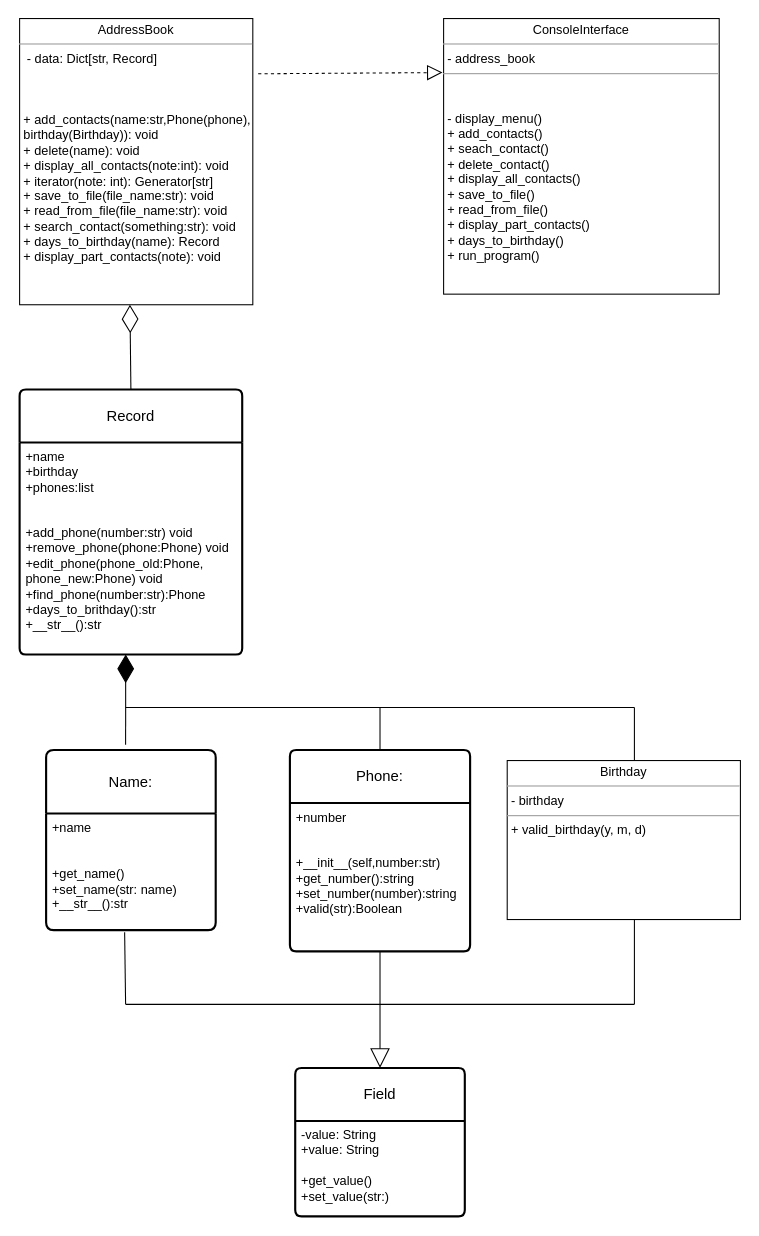
Earlier version of the draw.io diagram finalHW/Untitled Diagram.drawio (SiracencoSerghei/GoIT-Core-Python-HW). Source tidied: cells renumbered, new cells numbered last; positions are measured from the earlier drawing's top-left corner, leaving out a move shared by most shapes. Both pictures are drawn from the tidied source at 106%, with x=0, y=0 at pixel (19, 18).
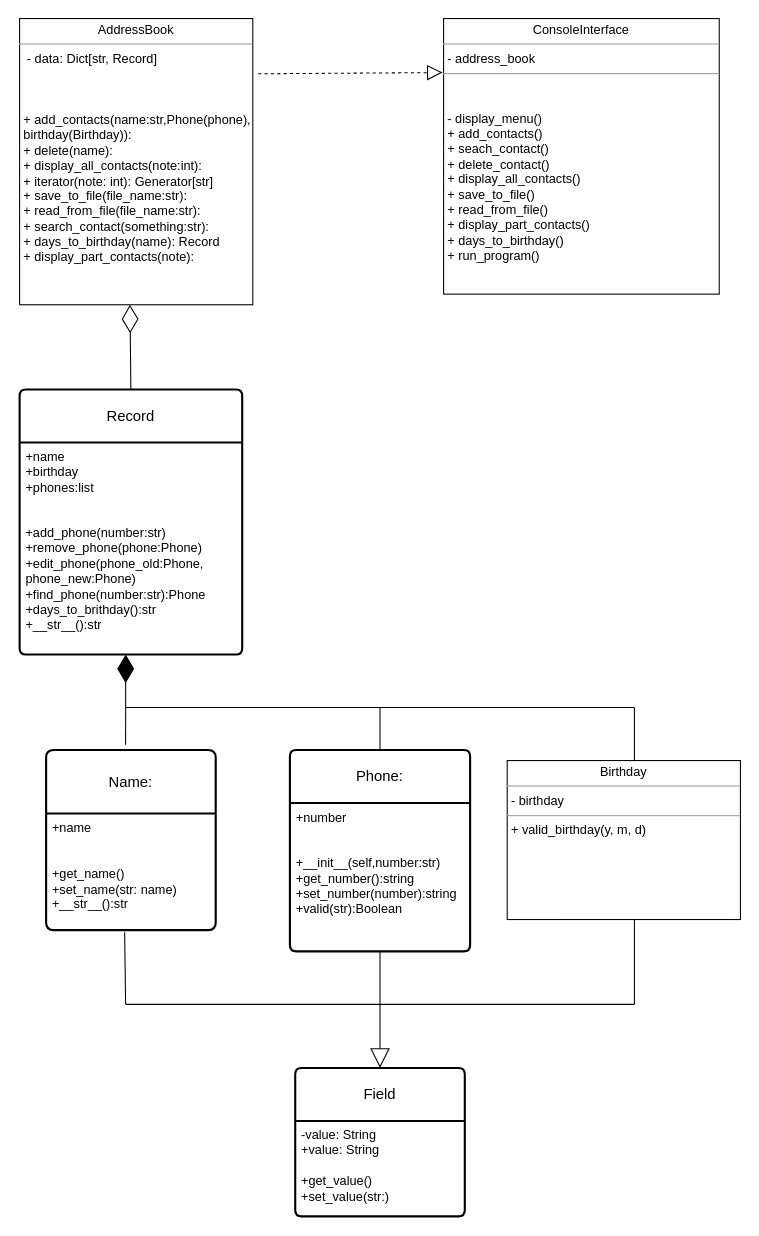
The same diagram, later.

Unchanged cells that the change refers to:
```xml
<mxCell id="8" value="Record" style="swimlane;horizontal=1;startSize=50;rounded=1;fontSize=14;fontStyle=0;strokeWidth=2;shadow=0;dashed=0;align=center;arcSize=4;whiteSpace=wrap;html=1;" parent="1" vertex="1">
  <mxGeometry y="350" width="210" height="250" as="geometry" />
</mxCell>
```

What changed in the source:
```diff
@@
-    <mxCell id="9" value="+name&lt;br&gt;+birthday&lt;br&gt;+phones:list&lt;br&gt;&lt;br&gt;&lt;br&gt;+add_phone(number:str) void&lt;br&gt;+remove_phone(phone:Phone) void&lt;br&gt;+edit_phone(phone_old:Phone,&lt;br&gt;phone_new:Phone) void&lt;br&gt;+find_phone(number:str):Phone&lt;br&gt;+days_to_brithday():str&lt;br&gt;+__str__():str" style="align=left;strokeColor=none;fillColor=none;spacingLeft=4;fontSize=12;verticalAlign=top;html=1;" parent="8" vertex="1">
+    <mxCell id="9" value="+name&lt;br&gt;+birthday&lt;br&gt;+phones:list&lt;br&gt;&lt;br&gt;&lt;br&gt;+add_phone(number:str) &lt;br&gt;+remove_phone(phone:Phone)&lt;br&gt;+edit_phone(phone_old:Phone,&lt;br&gt;phone_new:Phone)&lt;br&gt;+find_phone(number:str):Phone&lt;br&gt;+days_to_brithday():str&lt;br&gt;+__str__():str" style="align=left;strokeColor=none;fillColor=none;spacingLeft=4;fontSize=12;verticalAlign=top;html=1;" parent="8" vertex="1">
       <mxGeometry y="50" width="210" height="200" as="geometry" />
     </mxCell>
-    <mxCell id="10" value="&lt;p style=&quot;margin:0px;margin-top:4px;text-align:center;&quot;&gt; AddressBook&lt;br&gt;&lt;/p&gt;&lt;hr size=&quot;1&quot;&gt;&lt;p style=&quot;margin:0px;margin-left:4px;&quot;&gt;&amp;nbsp;- data: Dict[str, Record]&lt;br&gt;&lt;br&gt;&lt;/p&gt;&lt;p style=&quot;margin:0px;margin-left:4px;&quot;&gt;&lt;br&gt;&lt;/p&gt;&lt;p style=&quot;margin:0px;margin-left:4px;&quot;&gt;&lt;br&gt;&lt;/p&gt;&lt;p style=&quot;margin:0px;margin-left:4px;&quot;&gt;+ add_contacts(name:str,Phone(phone),&lt;/p&gt;&lt;p style=&quot;margin:0px;margin-left:4px;&quot;&gt;birthday(Birthday)): void&lt;br&gt;+ delete(name): void&amp;nbsp;&lt;br&gt;+ display_all_contacts(note:int): void&lt;br&gt;+ iterator(note: int): Generator[str]&lt;br&gt;+ save_to_file(file_name:str): void&lt;br&gt;+ read_from_file(file_name:str): void&lt;br&gt;+ search_contact(something:str): void&lt;br&gt;+ days_to_birthday(name): Record&lt;br&gt;+ display_part_contacts(note): void&lt;br&gt;&lt;/p&gt;" style="verticalAlign=top;align=left;overflow=fill;fontSize=12;fontFamily=Helvetica;html=1;whiteSpace=wrap;" parent="1" vertex="1">
+    <mxCell id="10" value="&lt;p style=&quot;margin:0px;margin-top:4px;text-align:center;&quot;&gt; AddressBook&lt;br&gt;&lt;/p&gt;&lt;hr size=&quot;1&quot;&gt;&lt;p style=&quot;margin:0px;margin-left:4px;&quot;&gt;&amp;nbsp;- data: Dict[str, Record]&lt;br&gt;&lt;br&gt;&lt;/p&gt;&lt;p style=&quot;margin:0px;margin-left:4px;&quot;&gt;&lt;br&gt;&lt;/p&gt;&lt;p style=&quot;margin:0px;margin-left:4px;&quot;&gt;&lt;br&gt;&lt;/p&gt;&lt;p style=&quot;margin:0px;margin-left:4px;&quot;&gt;+ add_contacts(name:str,Phone(phone),&lt;/p&gt;&lt;p style=&quot;margin:0px;margin-left:4px;&quot;&gt;birthday(Birthday)):&lt;/p&gt;&lt;p style=&quot;margin:0px;margin-left:4px;&quot;&gt;+ delete(name):&amp;nbsp;&lt;br&gt;+ display_all_contacts(note:int):&amp;nbsp;&lt;br&gt;+ iterator(note: int): Generator[str]&lt;br&gt;+ save_to_file(file_name:str):&amp;nbsp;&lt;br&gt;+ read_from_file(file_name:str):&amp;nbsp;&lt;br&gt;+ search_contact(something:str):&amp;nbsp;&lt;/p&gt;&lt;p style=&quot;margin:0px;margin-left:4px;&quot;&gt;+ days_to_birthday(name): Record&lt;br&gt;+ display_part_contacts(note):&amp;nbsp;&lt;br&gt;&lt;/p&gt;" style="verticalAlign=top;align=left;overflow=fill;fontSize=12;fontFamily=Helvetica;html=1;whiteSpace=wrap;" parent="1" vertex="1">
       <mxGeometry width="220" height="270" as="geometry" />
     </mxCell>
```
